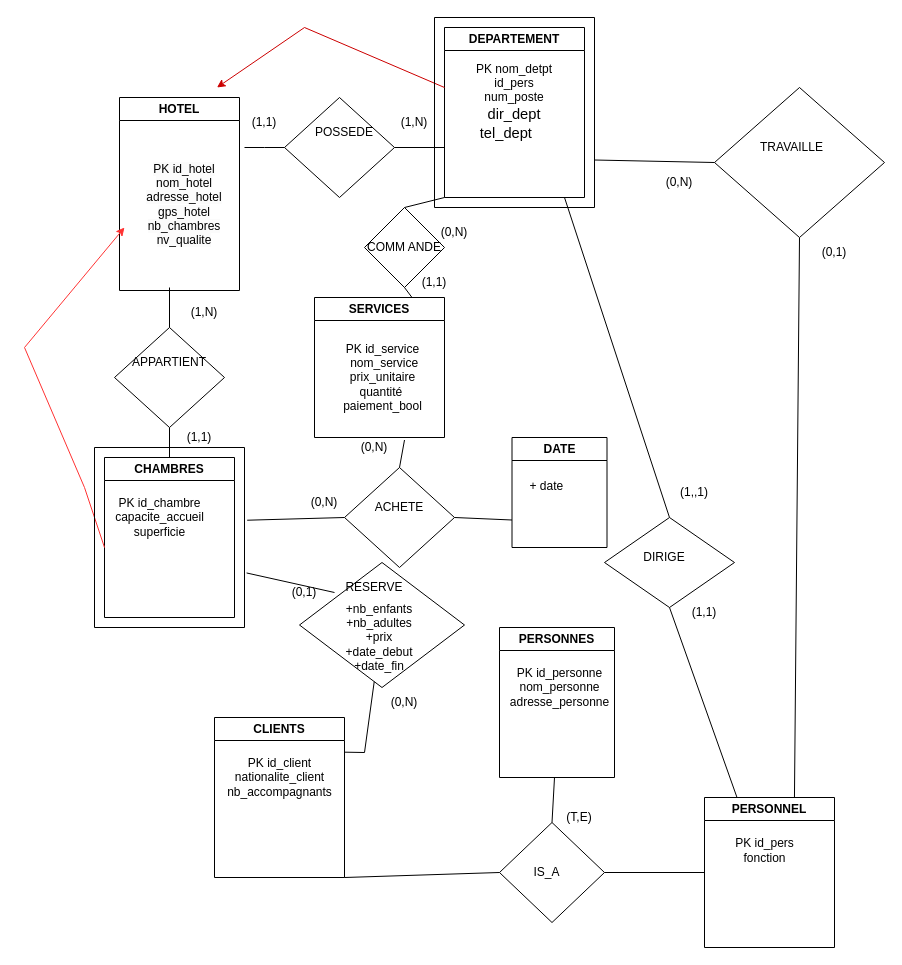
Above: Diagramme sans nom.drawio in lenny-vergerolle/lennyverg (draw.io), before the change. Source tidied: cells renumbered, new cells numbered last; positions are measured from the earlier drawing's top-left corner, leaving out a move shared by most shapes. Both pictures are drawn from the tidied source at 100%, with x=0, y=0 at pixel (24, 17).
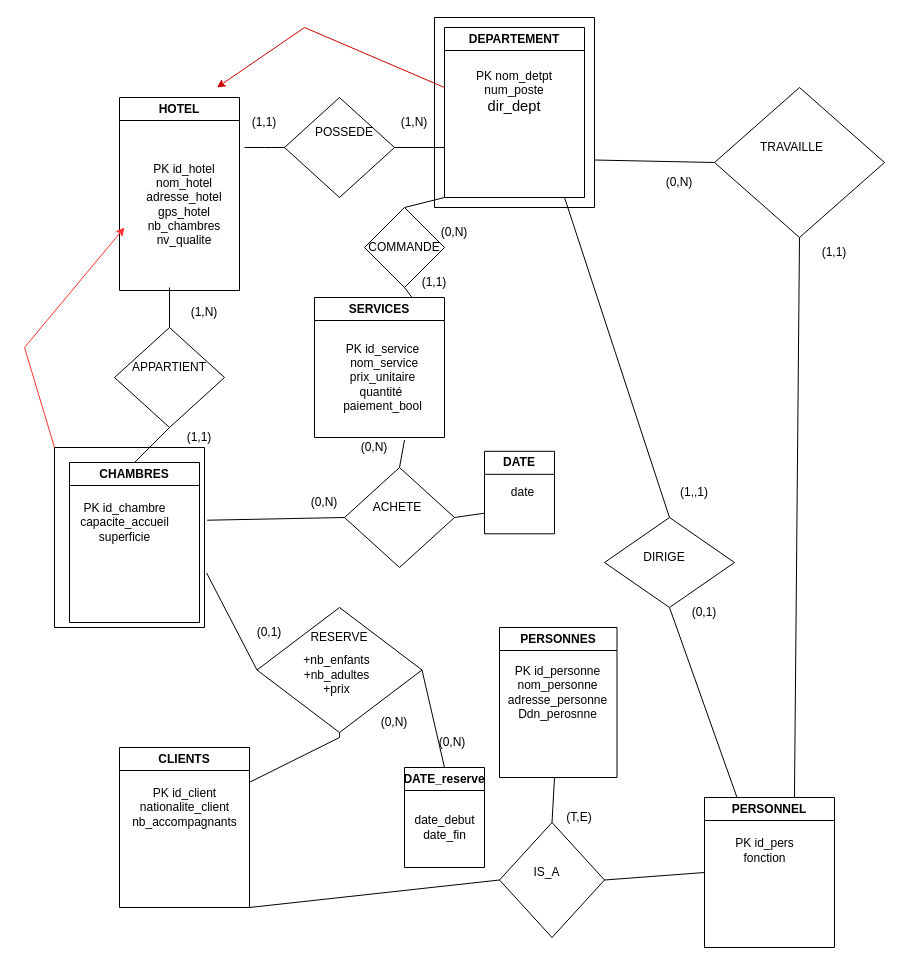
Above is the later version.

Commit message:
Mettre à jour Diagramme sans nom.drawio

Unchanged cells that the change refers to:
```xml
<mxCell id="4" value="DEPARTEMENT" style="swimlane;whiteSpace=wrap;html=1;" parent="1" vertex="1">
  <mxGeometry x="420" y="10" width="140" height="170" as="geometry" />
</mxCell>
<mxCell id="7" value="PK id_client&lt;br&gt;nationalite_client&lt;br&gt;nb_accompagnants" style="text;html=1;align=center;verticalAlign=middle;points=[];strokeColor=none;fillColor=none;" parent="6" vertex="1">
  <mxGeometry y="30" width="130" height="60" as="geometry" />
</mxCell>
```

Diff of the diagram source:
```diff
@@
-    <mxCell id="5" value="PK nom_detpt&lt;br&gt;id_pers&lt;br&gt;num_poste&lt;br&gt;&lt;span style=&quot;margin: 0px; padding: 0px; user-select: text; -webkit-user-drag: none; -webkit-tap-highlight-color: transparent; text-align: left; background-color: rgb(255, 255, 255); font-size: 11pt; line-height: 19.425px; font-family: Calibri, Calibri_EmbeddedFont, Calibri_MSFontService, sans-serif; font-variant-ligatures: none !important;&quot; class=&quot;TextRun SCXW159923290 BCX0&quot; lang=&quot;FR-FR&quot;&gt;&lt;/span&gt;&lt;span style=&quot;margin: 0px; padding: 0px; user-select: text; -webkit-user-drag: none; -webkit-tap-highlight-color: transparent; text-align: left; background-color: rgb(255, 255, 255); font-size: 11pt; line-height: 19.425px; font-family: Calibri, Calibri_EmbeddedFont, Calibri_MSFontService, sans-serif;&quot; class=&quot;EOP SCXW159923290 BCX0&quot;&gt;&lt;span style=&quot;margin: 0px; padding: 0px; user-select: text; -webkit-user-drag: none; -webkit-tap-highlight-color: transparent; font-size: 11pt; line-height: 19.425px; font-variant-ligatures: none !important;&quot; class=&quot;TextRun SCXW159923290 BCX0&quot; lang=&quot;FR-FR&quot;&gt;&lt;/span&gt;&lt;span style=&quot;margin: 0px; padding: 0px; user-select: text; -webkit-user-drag: none; -webkit-tap-highlight-color: transparent; font-size: 11pt; line-height: 19.425px;&quot; class=&quot;EOP SCXW159923290 BCX0&quot;&gt;&lt;span style=&quot;margin: 0px; padding: 0px; user-select: text; -webkit-user-drag: none; -webkit-tap-highlight-color: transparent; font-size: 11pt; line-height: 19.425px; font-variant-ligatures: none !important;&quot; class=&quot;TextRun SCXW87399350 BCX0&quot; lang=&quot;FR-FR&quot;&gt;&lt;/span&gt;&lt;span style=&quot;margin: 0px; padding: 0px; user-select: text; -webkit-user-drag: none; -webkit-tap-highlight-color: transparent; font-size: 11pt; line-height: 19.425px;&quot; class=&quot;EOP SCXW87399350 BCX0&quot;&gt;&lt;span style=&quot;margin: 0px; padding: 0px; user-select: text; -webkit-user-drag: none; -webkit-tap-highlight-color: transparent; font-size: 11pt; line-height: 19.425px; font-variant-ligatures: none !important;&quot; class=&quot;TextRun SCXW87399350 BCX0&quot; lang=&quot;FR-FR&quot;&gt;&lt;/span&gt;&lt;span style=&quot;margin: 0px; padding: 0px; user-select: text; -webkit-user-drag: none; -webkit-tap-highlight-color: transparent; font-size: 11pt; line-height: 19.425px;&quot; class=&quot;EOP SCXW87399350 BCX0&quot;&gt;dir_dept&lt;br&gt;tel_dept&amp;nbsp;&lt;/span&gt;&amp;nbsp;&lt;/span&gt;&amp;nbsp;&lt;/span&gt;&amp;nbsp;&lt;/span&gt;" style="text;html=1;strokeColor=none;fillColor=none;align=center;verticalAlign=middle;whiteSpace=wrap;rounded=0;" parent="4" vertex="1">
+    <mxCell id="5" value="PK nom_detpt&lt;br&gt;num_poste&lt;br&gt;&lt;span style=&quot;margin: 0px; padding: 0px; user-select: text; -webkit-user-drag: none; -webkit-tap-highlight-color: transparent; text-align: left; background-color: rgb(255, 255, 255); font-size: 11pt; line-height: 19.425px; font-family: Calibri, Calibri_EmbeddedFont, Calibri_MSFontService, sans-serif; font-variant-ligatures: none !important;&quot; class=&quot;TextRun SCXW159923290 BCX0&quot; lang=&quot;FR-FR&quot;&gt;&lt;/span&gt;&lt;span style=&quot;margin: 0px; padding: 0px; user-select: text; -webkit-user-drag: none; -webkit-tap-highlight-color: transparent; text-align: left; background-color: rgb(255, 255, 255); font-size: 11pt; line-height: 19.425px; font-family: Calibri, Calibri_EmbeddedFont, Calibri_MSFontService, sans-serif;&quot; class=&quot;EOP SCXW159923290 BCX0&quot;&gt;&lt;span style=&quot;margin: 0px; padding: 0px; user-select: text; -webkit-user-drag: none; -webkit-tap-highlight-color: transparent; font-size: 11pt; line-height: 19.425px; font-variant-ligatures: none !important;&quot; class=&quot;TextRun SCXW159923290 BCX0&quot; lang=&quot;FR-FR&quot;&gt;&lt;/span&gt;&lt;span style=&quot;margin: 0px; padding: 0px; user-select: text; -webkit-user-drag: none; -webkit-tap-highlight-color: transparent; font-size: 11pt; line-height: 19.425px;&quot; class=&quot;EOP SCXW159923290 BCX0&quot;&gt;&lt;span style=&quot;margin: 0px; padding: 0px; user-select: text; -webkit-user-drag: none; -webkit-tap-highlight-color: transparent; font-size: 11pt; line-height: 19.425px; font-variant-ligatures: none !important;&quot; class=&quot;TextRun SCXW87399350 BCX0&quot; lang=&quot;FR-FR&quot;&gt;&lt;/span&gt;&lt;span style=&quot;margin: 0px; padding: 0px; user-select: text; -webkit-user-drag: none; -webkit-tap-highlight-color: transparent; font-size: 11pt; line-height: 19.425px;&quot; class=&quot;EOP SCXW87399350 BCX0&quot;&gt;&lt;span style=&quot;margin: 0px; padding: 0px; user-select: text; -webkit-user-drag: none; -webkit-tap-highlight-color: transparent; font-size: 11pt; line-height: 19.425px; font-variant-ligatures: none !important;&quot; class=&quot;TextRun SCXW87399350 BCX0&quot; lang=&quot;FR-FR&quot;&gt;&lt;/span&gt;&lt;span style=&quot;margin: 0px; padding: 0px; user-select: text; -webkit-user-drag: none; -webkit-tap-highlight-color: transparent; font-size: 11pt; line-height: 19.425px;&quot; class=&quot;EOP SCXW87399350 BCX0&quot;&gt;dir_dept&lt;br&gt;&lt;br&gt;&lt;/span&gt;&lt;/span&gt;&lt;/span&gt;&lt;/span&gt;" style="text;html=1;strokeColor=none;fillColor=none;align=center;verticalAlign=middle;whiteSpace=wrap;rounded=0;" parent="4" vertex="1">
       <mxGeometry x="5" y="50" width="130" height="50" as="geometry" />
     </mxCell>
     <mxCell id="6" value="CLIENTS" style="swimlane;whiteSpace=wrap;html=1;" parent="1" vertex="1">
-      <mxGeometry x="190" y="700" width="130" height="160" as="geometry" />
+      <mxGeometry x="95" y="730" width="130" height="160" as="geometry" />
     </mxCell>
@@
     <mxCell id="8" value="PERSONNES" style="swimlane;whiteSpace=wrap;html=1;" parent="1" vertex="1">
-      <mxGeometry x="475" y="610" width="115" height="150" as="geometry" />
+      <mxGeometry x="475" y="610" width="117.5" height="150" as="geometry" />
     </mxCell>
+    <mxCell id="62" value="PK id_personne&lt;br&gt;nom_personne&lt;br&gt;&lt;div&gt;adresse_personne&lt;/div&gt;Ddn_perosnne" style="text;html=1;align=center;verticalAlign=middle;strokeColor=none;fillColor=none;" parent="8" vertex="1">
+      <mxGeometry x="-2.5" y="30" width="120" height="70" as="geometry" />
+    </mxCell>
@@
-    <mxCell id="11" value="CHAMBRES" style="swimlane;whiteSpace=wrap;html=1;" parent="1" vertex="1">
-      <mxGeometry x="80" y="440" width="130" height="160" as="geometry" />
-    </mxCell>
-    <mxCell id="12" value="PK id_chambre&lt;br&gt;capacite_accueil&lt;br&gt;superficie&lt;br&gt;" style="text;html=1;align=center;verticalAlign=middle;strokeColor=none;fillColor=none;" parent="11" vertex="1">
-      <mxGeometry y="30" width="110" height="60" as="geometry" />
-    </mxCell>
@@
     <mxCell id="18" value="APPARTIENT" style="text;html=1;strokeColor=none;fillColor=none;align=center;verticalAlign=middle;whiteSpace=wrap;rounded=0;" parent="1" vertex="1">
-      <mxGeometry x="115" y="330" width="60" height="30" as="geometry" />
+      <mxGeometry x="115" y="335" width="60" height="30" as="geometry" />
     </mxCell>
@@
-    <mxCell id="25" style="endArrow=classic;html=1;rounded=0;strokeColor=#FF3333;" parent="1" edge="1">
+    <mxCell id="25" style="endArrow=classic;html=1;rounded=0;strokeColor=#FF3333;exitX=0;exitY=0;exitDx=0;exitDy=0;" parent="1" edge="1" source="33">
       <mxGeometry relative="1" as="geometry">
-        <mxPoint x="80" y="530" as="sourcePoint" />
         <mxPoint x="100" y="210" as="targetPoint" />
         <Array as="points">
-          <mxPoint x="60" y="470" />
           <mxPoint y="330" />
         </Array>
       </mxGeometry>
     </mxCell>
@@
     <mxCell id="33" style="swimlane;startSize=0;" parent="1" vertex="1">
-      <mxGeometry x="70" y="430" width="150" height="180" as="geometry" />
+      <mxGeometry x="30" y="430" width="150" height="180" as="geometry" />
     </mxCell>
+    <mxCell id="11" value="CHAMBRES" style="swimlane;whiteSpace=wrap;html=1;" parent="33" vertex="1">
+      <mxGeometry x="15" y="15" width="130" height="160" as="geometry" />
+    </mxCell>
+    <mxCell id="12" value="PK id_chambre&lt;br&gt;capacite_accueil&lt;br&gt;superficie&lt;br&gt;" style="text;html=1;align=center;verticalAlign=middle;strokeColor=none;fillColor=none;" parent="11" vertex="1">
+      <mxGeometry y="30" width="110" height="60" as="geometry" />
+    </mxCell>
@@
     <mxCell id="38" style="rhombus;whiteSpace=wrap;html=1;" parent="1" vertex="1">
-      <mxGeometry x="275" y="545" width="165" height="125" as="geometry" />
+      <mxGeometry x="232.5" y="590" width="165" height="125" as="geometry" />
     </mxCell>
     <mxCell id="39" value="RESERVE&lt;br&gt;" style="text;html=1;strokeColor=none;fillColor=none;align=center;verticalAlign=middle;whiteSpace=wrap;rounded=0;" parent="1" vertex="1">
-      <mxGeometry x="320" y="550" width="60" height="40" as="geometry" />
+      <mxGeometry x="285" y="600" width="60" height="40" as="geometry" />
     </mxCell>
     <mxCell id="40" style="endArrow=none;html=1;rounded=0;exitX=1.002;exitY=0.078;exitDx=0;exitDy=0;exitPerimeter=0;" parent="1" edge="1" source="7" target="38">
       <mxGeometry relative="1" as="geometry">
         <Array as="points">
-          <mxPoint x="340" y="735" />
+          <mxPoint x="315" y="720" />
         </Array>
       </mxGeometry>
     </mxCell>
-    <mxCell id="41" style="endArrow=none;html=1;rounded=0;entryX=1.014;entryY=0.697;entryDx=0;entryDy=0;entryPerimeter=0;exitX=1;exitY=0.5;exitDx=0;exitDy=0;" parent="1" edge="1" source="47" target="33">
+    <mxCell id="41" style="endArrow=none;html=1;rounded=0;entryX=1.014;entryY=0.697;entryDx=0;entryDy=0;entryPerimeter=0;exitX=0;exitY=0.5;exitDx=0;exitDy=0;" parent="1" edge="1" source="38" target="33">
       <mxGeometry relative="1" as="geometry" />
     </mxCell>
@@
     <mxCell id="43" value="ACHETE" style="text;html=1;strokeColor=none;fillColor=none;align=center;verticalAlign=middle;whiteSpace=wrap;rounded=0;" parent="1" vertex="1">
-      <mxGeometry x="330" y="470" width="90" height="40" as="geometry" />
+      <mxGeometry x="327.5" y="470" width="90" height="40" as="geometry" />
     </mxCell>
-    <mxCell id="44" value="COMM ANDE" style="rhombus;whiteSpace=wrap;html=1;" parent="1" vertex="1">
+    <mxCell id="44" value="COMMANDE" style="rhombus;whiteSpace=wrap;html=1;" parent="1" vertex="1">
       <mxGeometry x="340" y="190" width="80" height="80" as="geometry" />
     </mxCell>
@@
     <mxCell id="46" value="(0,N)" style="text;html=1;strokeColor=none;fillColor=none;align=center;verticalAlign=middle;whiteSpace=wrap;rounded=0;" parent="1" vertex="1">
-      <mxGeometry x="350" y="670" width="60" height="30" as="geometry" />
+      <mxGeometry x="340" y="690" width="60" height="30" as="geometry" />
     </mxCell>
     <mxCell id="47" value="(0,1)" style="text;html=1;strokeColor=none;fillColor=none;align=center;verticalAlign=middle;whiteSpace=wrap;rounded=0;" parent="1" vertex="1">
-      <mxGeometry x="250" y="560" width="60" height="30" as="geometry" />
+      <mxGeometry x="215" y="600" width="60" height="30" as="geometry" />
     </mxCell>
@@
-    <mxCell id="53" value="+nb_enfants&lt;br&gt;+nb_adultes&lt;br&gt;+prix&lt;br&gt;+date_debut&lt;br&gt;+date_fin" style="text;html=1;strokeColor=none;fillColor=none;align=center;verticalAlign=middle;whiteSpace=wrap;rounded=0;" parent="1" vertex="1">
-      <mxGeometry x="335" y="600" width="40" height="40" as="geometry" />
+    <mxCell id="53" value="&lt;div&gt;&lt;br&gt;&lt;/div&gt;&lt;div&gt;&lt;br&gt;&lt;/div&gt;&lt;div&gt;+nb_enfants&lt;/div&gt;+nb_adultes&lt;br&gt;&lt;div&gt;+prix&lt;/div&gt;&lt;div&gt;&lt;br&gt;&lt;/div&gt;" style="text;html=1;strokeColor=none;fillColor=none;align=center;verticalAlign=middle;whiteSpace=wrap;rounded=0;" parent="1" vertex="1">
+      <mxGeometry x="290" y="630" width="45" height="40" as="geometry" />
     </mxCell>
@@
-    <mxCell id="55" value="(1,1)" style="text;html=1;strokeColor=none;fillColor=none;align=center;verticalAlign=middle;whiteSpace=wrap;rounded=0;" parent="1" vertex="1">
+    <mxCell id="55" value="(0,1)" style="text;html=1;strokeColor=none;fillColor=none;align=center;verticalAlign=middle;whiteSpace=wrap;rounded=0;" parent="1" vertex="1">
       <mxGeometry x="650" y="580" width="60" height="30" as="geometry" />
     </mxCell>
@@
-    <mxCell id="60" value="(0,1)" style="text;html=1;strokeColor=none;fillColor=none;align=center;verticalAlign=middle;whiteSpace=wrap;rounded=0;" parent="1" vertex="1">
+    <mxCell id="60" value="(1,1)" style="text;html=1;strokeColor=none;fillColor=none;align=center;verticalAlign=middle;whiteSpace=wrap;rounded=0;" parent="1" vertex="1">
       <mxGeometry x="780" y="220" width="60" height="30" as="geometry" />
     </mxCell>
@@
-    <mxCell id="62" value="PK id_personne&lt;br&gt;nom_personne&lt;br&gt;adresse_personne&lt;br&gt;" style="text;html=1;align=center;verticalAlign=middle;strokeColor=none;fillColor=none;" parent="1" vertex="1">
-      <mxGeometry x="475" y="640" width="120" height="60" as="geometry" />
-    </mxCell>
     <mxCell id="63" style="rhombus;whiteSpace=wrap;html=1;" parent="1" vertex="1">
-      <mxGeometry x="475" y="805" width="105" height="100" as="geometry" />
+      <mxGeometry x="475" y="805" width="105" height="115" as="geometry" />
     </mxCell>
@@
     <mxCell id="68" value="DATE" style="swimlane;whiteSpace=wrap;html=1;" parent="1" vertex="1">
-      <mxGeometry x="487.5" y="420" width="95" height="110" as="geometry" />
+      <mxGeometry x="460" y="433.8" width="70" height="82.5" as="geometry" />
     </mxCell>
-    <mxCell id="69" value="+ date&amp;nbsp;&lt;br style=&quot;border-color: var(--border-color);&quot;&gt;" style="text;html=1;strokeColor=none;fillColor=none;align=center;verticalAlign=middle;whiteSpace=wrap;rounded=0;" parent="68" vertex="1">
-      <mxGeometry x="6" y="34" width="60" height="30" as="geometry" />
-    </mxCell>
+    <mxCell id="71" value="date" style="text;html=1;align=center;verticalAlign=middle;strokeColor=none;fillColor=none;" parent="68" vertex="1">
+      <mxGeometry x="12.5" y="26.2" width="50" height="30" as="geometry" />
+    </mxCell>
@@
+    <mxCell id="72" value="DATE_reserve" style="swimlane;whiteSpace=wrap;html=1;" parent="1" vertex="1">
+      <mxGeometry x="380" y="750" width="80" height="100" as="geometry" />
+    </mxCell>
+    <mxCell id="73" value="&lt;div&gt;date_debut&lt;/div&gt;&lt;div&gt;date_fin&lt;br&gt;&lt;/div&gt;" style="text;html=1;align=center;verticalAlign=middle;strokeColor=none;fillColor=none;" parent="72" vertex="1">
+      <mxGeometry y="40" width="80" height="40" as="geometry" />
+    </mxCell>
+    <mxCell id="74" style="endArrow=none;html=1;rounded=0;exitX=1;exitY=0.5;exitDx=0;exitDy=0;entryX=0.5;entryY=0;entryDx=0;entryDy=0;" parent="1" edge="1" source="38" target="72">
+      <mxGeometry relative="1" as="geometry" />
+    </mxCell>
+    <mxCell id="75" value="(0,N)" style="text;html=1;strokeColor=none;fillColor=none;align=center;verticalAlign=middle;whiteSpace=wrap;rounded=0;" parent="1" vertex="1">
+      <mxGeometry x="397.5" y="710" width="60" height="30" as="geometry" />
+    </mxCell>
```
